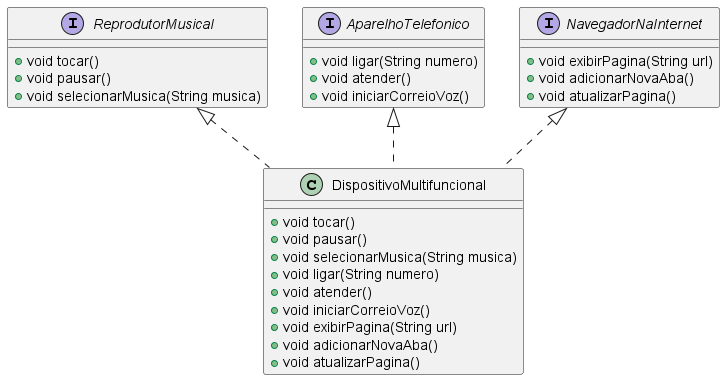
The PlantUML diagram Diagrama-de-Classes/DiagramaDeClasses.png in FernandoNobreGomesdaSilva/Java, before a commit. Source of this version:
```plantuml
@startuml
interface ReprodutorMusical {
    + void tocar()
    + void pausar()
    + void selecionarMusica(String musica)
}

interface AparelhoTelefonico {
    + void ligar(String numero)
    + void atender()
    + void iniciarCorreioVoz()
}

interface NavegadorNaInternet {
    + void exibirPagina(String url)
    + void adicionarNovaAba()
    + void atualizarPagina()
}

class DispositivoMultifuncional implements ReprodutorMusical, AparelhoTelefonico, NavegadorNaInternet {
    + void tocar()
    + void pausar()
    + void selecionarMusica(String musica)
    + void ligar(String numero)
    + void atender()
    + void iniciarCorreioVoz()
    + void exibirPagina(String url)
    + void adicionarNovaAba()
    + void atualizarPagina()
}

@enduml
```
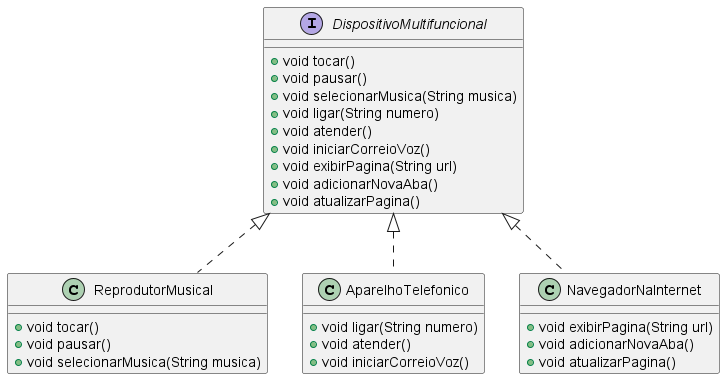
Above is the later version.

Commit message:
Atualização do diagrama de classes

Change to the diagram source:
```diff
@@ -1,23 +1,23 @@
 @startuml
-interface ReprodutorMusical {
+class ReprodutorMusical implements DispositivoMultifuncional {
     + void tocar()
     + void pausar()
     + void selecionarMusica(String musica)
 }
 
-interface AparelhoTelefonico {
+class AparelhoTelefonico implements DispositivoMultifuncional {
     + void ligar(String numero)
     + void atender()
     + void iniciarCorreioVoz()
 }
 
-interface NavegadorNaInternet {
+class NavegadorNaInternet implements DispositivoMultifuncional {
     + void exibirPagina(String url)
     + void adicionarNovaAba()
     + void atualizarPagina()
 }
 
-class DispositivoMultifuncional implements ReprodutorMusical, AparelhoTelefonico, NavegadorNaInternet {
+interface DispositivoMultifuncional{
     + void tocar()
     + void pausar()
     + void selecionarMusica(String musica)
```
